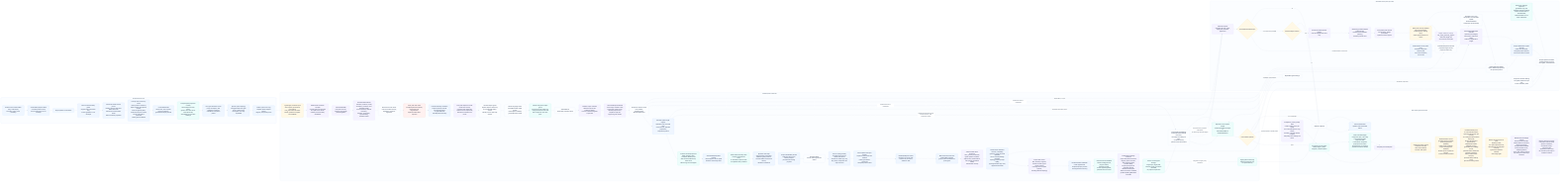
Earlier version of the Mermaid export odylith/atlas/source/domain-intelligence-greenfield-governance.png (odylith/odylith). Its source is kept beside it as odylith/atlas/source/domain-intelligence-greenfield-governance.mmd.
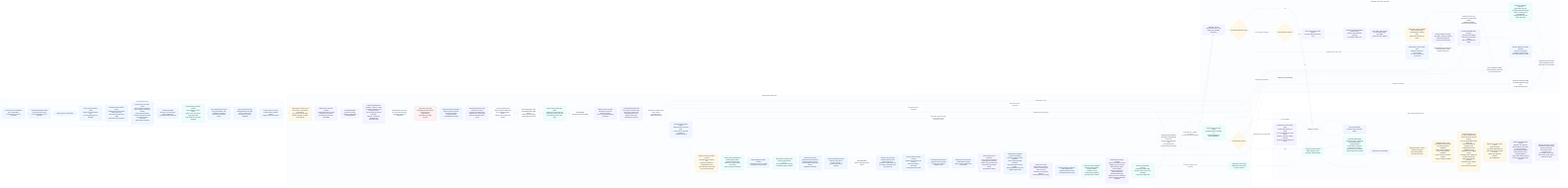
The same diagram one commit later.

Change to the diagram source:
```diff
@@ -32,6 +32,7 @@
       canonical_facts["CanonicalProjectionFactIR<br/>source layer, semantic node,<br/>source path, repair owner,<br/>allowed projection IDs,<br/>sequence-step and supporting-tail variants"]
       projection_contract["Projection contract owner<br/>roots, aliases,<br/>envelope paths,<br/>affected projections"]
       semantic_patch_targets["Semantic patch target registry<br/>operation kind, canonical path,<br/>source mirrors, affected projections,<br/>completion posture"]
+      registry_contract_custody["Registry contract semantic custody<br/>ready semantic contracts win;<br/>profiles are fallback or supplemental proof;<br/>source phrase surfaces and proof order preserved"]
       projections["Context-starved projections<br/>Radar, Registry, Atlas,<br/>Compass, release proof<br/>Atlas terminal labels keep event terms<br/>before long result wrappers"]
       atlas_label_custody["Atlas header/body label custody<br/>fixed wrappers do not repeat<br/>semantic result body terms"]
       state_boundary_titles["Radar state-boundary titles<br/>compact review/action focus,<br/>no mechanical pronoun tails<br/>no repeated clarity modifiers"]
@@ -94,7 +95,7 @@
     end
 
     visible_intent --> confirmable_stdout --> confirm --> source_guard --> intent_section_parser --> prompt_recovery --> confirmed_ir --> accepted_path_projection --> non_goal_owner --> sparse_systems --> public_system_copy
-    public_system_copy --> apply_input --> compiler --> semantic_ir --> evaluation_semantics --> actor_role_owner --> actor_path_role --> external_boundary --> sequence_owner --> subject_carry_guard --> result_language --> prose_shape_guard --> artifact_plan --> release_scope --> canonical_facts --> projection_contract --> semantic_patch_targets --> projections --> atlas_label_custody --> state_boundary_titles --> next_steps --> project_dashboard --> draft_set
+    public_system_copy --> apply_input --> compiler --> semantic_ir --> evaluation_semantics --> actor_role_owner --> actor_path_role --> external_boundary --> sequence_owner --> subject_carry_guard --> result_language --> prose_shape_guard --> artifact_plan --> release_scope --> canonical_facts --> projection_contract --> semantic_patch_targets --> registry_contract_custody --> projections --> atlas_label_custody --> state_boundary_titles --> next_steps --> project_dashboard --> draft_set
     draft_set --> source_casing_custody --> control_plane_homonyms --> artifact_units --> mermaid_source_units --> visible_actor_projection --> validators --> expert_lenses --> persisted_readback --> governed_readback --> evidence_readback --> typed_findings --> source_addresses --> projection_targets --> final_manifest
     typed_findings -- "untyped or legacy-only evidence" --> legacy_blockers --> rollback
     final_manifest -- "pass" --> writes --> proof_log --> surface_custody --> matrix_scorer --> release_matrix --> natural_rescue_proof --> selected_case_leakage --> registry_forensics_custody
@@ -129,7 +130,7 @@
     classDef rescue fill:#FFF7ED,stroke:#FDBA74,color:#17233A,stroke-width:1.2px;
     classDef write fill:#F0FDF4,stroke:#86EFAC,color:#17233A,stroke-width:1.2px;
     class visible_intent,confirmable_stdout,confirm,source_guard,intent_section_parser,prompt_recovery,confirmed_ir,non_goal_owner,sparse_systems,public_system_copy intent;
-    class apply_input,compiler,semantic_ir,evaluation_semantics,actor_role_owner,actor_path_role,external_boundary,sequence_owner,subject_carry_guard,result_language,prose_shape_guard,artifact_plan,release_scope,canonical_facts,projection_contract,semantic_patch_targets,projections,atlas_label_custody,state_boundary_titles,next_steps,project_dashboard,draft_set,source_casing_custody,control_plane_homonyms,artifact_units,mermaid_source_units,visible_actor_projection,validators,expert_lenses,persisted_readback,governed_readback,evidence_readback,typed_findings,source_addresses,projection_targets,legacy_blockers,final_manifest standard;
+    class apply_input,compiler,semantic_ir,evaluation_semantics,actor_role_owner,actor_path_role,external_boundary,sequence_owner,subject_carry_guard,result_language,prose_shape_guard,artifact_plan,release_scope,canonical_facts,projection_contract,semantic_patch_targets,registry_contract_custody,projections,atlas_label_custody,state_boundary_titles,next_steps,project_dashboard,draft_set,source_casing_custody,control_plane_homonyms,artifact_units,mermaid_source_units,visible_actor_projection,validators,expert_lenses,persisted_readback,governed_readback,evidence_readback,typed_findings,source_addresses,projection_targets,legacy_blockers,final_manifest standard;
     class repairable,patchset,executable_target,deterministic_source_patch,rescue_budget,tribunal_planner,provider_adapter,strict_schema,custody_check,repair_manifest,semantic_apply,plan_apply,semantic_mirror_sync,scope_ledger,dashboard_rerender,projection_rerender,package_inspection,rerender rescue;
     class writes,rollback,blockers,proof_log,surface_custody,matrix_scorer,release_matrix,natural_rescue_proof,selected_case_leakage,registry_forensics_custody,completion_debt,final_write_debt write;
 
```
